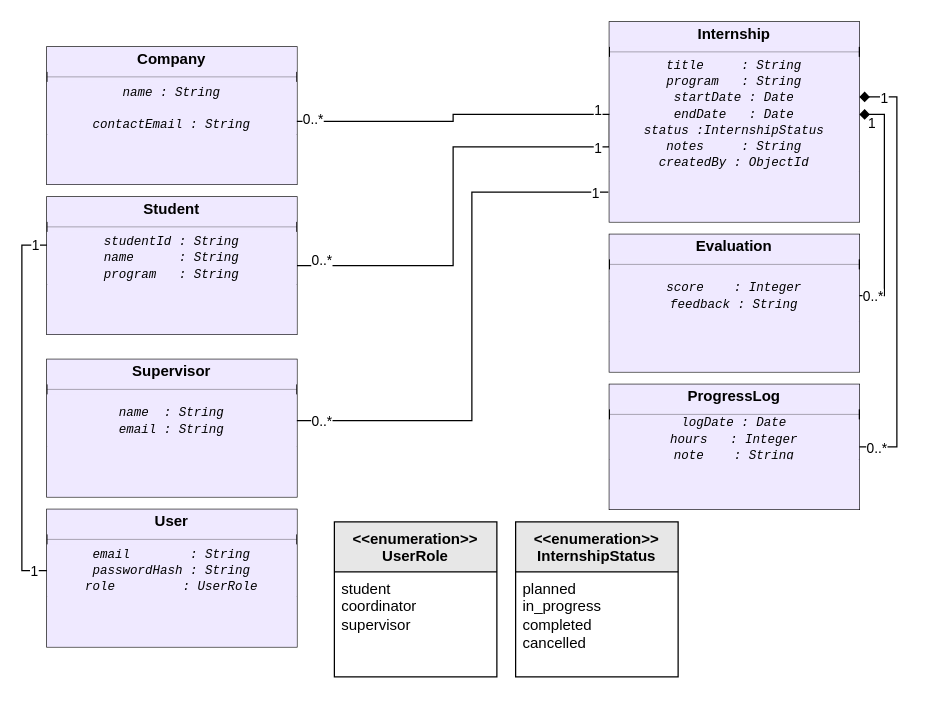
Earlier version of the draw.io diagram BDD.drawio (SantiagoOsorioR/sdlapps). Source tidied: cells renumbered, new cells numbered last; positions are measured from the earlier drawing's top-left corner, leaving out a move shared by most shapes. Both pictures are drawn from the tidied source at 125%, with x=0, y=0 at pixel (46, 21).
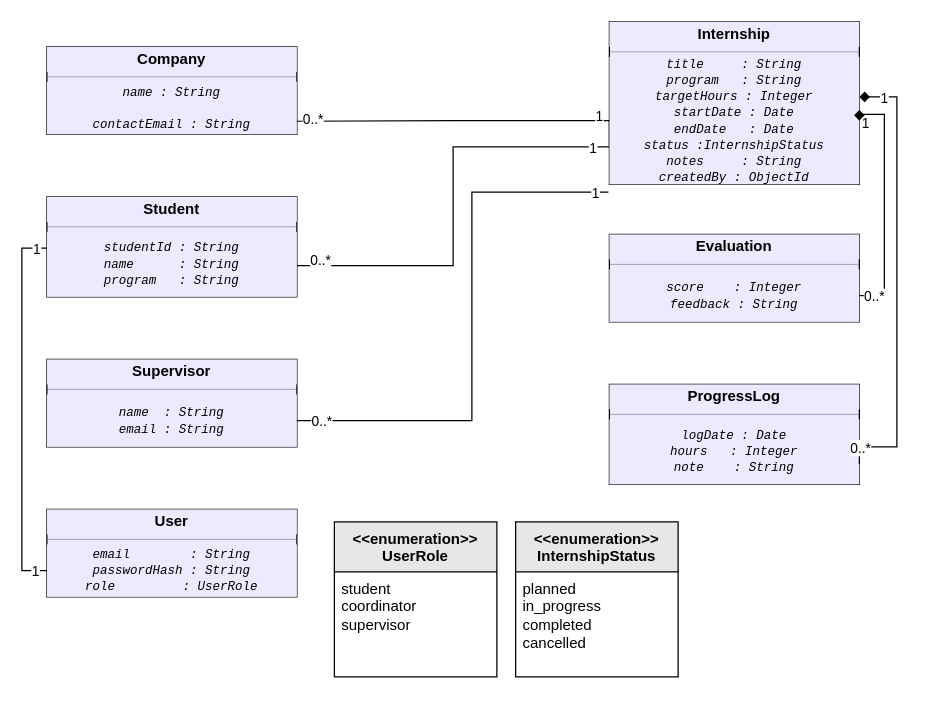
After the change.

Unchanged cells that the change refers to:
```xml
<mxCell id="18" value="&lt;div&gt;&lt;font face=&quot;monospace&quot;&gt;name&amp;nbsp; : String&lt;/font&gt;&lt;/div&gt;&lt;div&gt;&lt;font face=&quot;monospace&quot;&gt;email : String&lt;/font&gt;&lt;/div&gt;" style="html=1;align=center;spacing=0;verticalAlign=middle;strokeColor=none;fillColor=#EFE9FF;whiteSpace=wrap;fontStyle=2;fontSize=10;labelBackgroundColor=none;" parent="15" vertex="1">
  <mxGeometry y="28" width="200" height="42" as="geometry" />
</mxCell>
```

The edit, as a diff of the source:
```diff
@@
     <mxCell id="2" style="fontStyle=1;align=center;verticalAlign=middle;horizontal=1;labelBackgroundColor=none;fillColor=#EFE9FF;" parent="1" vertex="1">
-      <mxGeometry y="20" width="200" height="110" as="geometry" />
+      <mxGeometry y="20" width="200" height="70" as="geometry" />
     </mxCell>
@@
-    <mxCell id="6" style="html=1;align=left;spacing=0;spacingLeft=8;verticalAlign=middle;strokeColor=none;fillColor=#EFE9FF;whiteSpace=wrap;labelBackgroundColor=none;" parent="2" vertex="1">
-      <mxGeometry y="70" width="200" height="40" as="geometry" />
-    </mxCell>
@@
     <mxCell id="10" style="fontStyle=1;align=center;verticalAlign=middle;horizontal=1;labelBackgroundColor=none;fillColor=#EFE9FF;" parent="1" vertex="1">
-      <mxGeometry y="140" width="200" height="110" as="geometry" />
+      <mxGeometry y="140" width="200" height="80" as="geometry" />
     </mxCell>
@@
     <mxCell id="13" value="&lt;div&gt;&lt;font face=&quot;monospace&quot;&gt;studentId : String&lt;/font&gt;&lt;/div&gt;&lt;div&gt;&lt;font face=&quot;monospace&quot;&gt;name&amp;nbsp; &amp;nbsp; &amp;nbsp; : String&lt;/font&gt;&lt;/div&gt;&lt;div&gt;&lt;font face=&quot;monospace&quot;&gt;program&amp;nbsp; &amp;nbsp;: String&lt;/font&gt;&lt;/div&gt;" style="html=1;align=center;spacing=0;verticalAlign=middle;strokeColor=none;fillColor=#EFE9FF;whiteSpace=wrap;fontStyle=2;fontSize=10;labelBackgroundColor=none;" parent="10" vertex="1">
-      <mxGeometry y="28" width="200" height="42" as="geometry" />
+      <mxGeometry y="28" width="200" height="52" as="geometry" />
     </mxCell>
-    <mxCell id="14" style="html=1;align=left;spacing=0;spacingLeft=8;verticalAlign=middle;strokeColor=none;fillColor=#EFE9FF;whiteSpace=wrap;labelBackgroundColor=none;" parent="10" vertex="1">
-      <mxGeometry y="70" width="200" height="40" as="geometry" />
-    </mxCell>
     <mxCell id="15" style="fontStyle=1;align=center;verticalAlign=middle;horizontal=1;labelBackgroundColor=none;fillColor=#EFE9FF;" parent="1" vertex="1">
-      <mxGeometry y="270" width="200" height="110" as="geometry" />
+      <mxGeometry y="270" width="200" height="70" as="geometry" />
     </mxCell>
@@
-    <mxCell id="19" style="html=1;align=left;spacing=0;spacingLeft=8;verticalAlign=middle;strokeColor=none;fillColor=#EFE9FF;whiteSpace=wrap;labelBackgroundColor=none;" parent="15" vertex="1">
-      <mxGeometry y="70" width="200" height="40" as="geometry" />
-    </mxCell>
     <mxCell id="20" style="fontStyle=1;align=center;verticalAlign=middle;horizontal=1;labelBackgroundColor=none;fillColor=#EFE9FF;" parent="1" vertex="1">
-      <mxGeometry y="390" width="200" height="110" as="geometry" />
+      <mxGeometry y="390" width="200" height="70" as="geometry" />
     </mxCell>
@@
-    <mxCell id="24" style="html=1;align=left;spacing=0;spacingLeft=8;verticalAlign=middle;strokeColor=none;fillColor=#EFE9FF;whiteSpace=wrap;labelBackgroundColor=none;" parent="20" vertex="1">
-      <mxGeometry y="70" width="200" height="40" as="geometry" />
-    </mxCell>
     <mxCell id="25" style="fontStyle=1;align=center;verticalAlign=middle;horizontal=1;labelBackgroundColor=none;fillColor=#EFE9FF;" parent="1" vertex="1">
-      <mxGeometry x="450" width="200" height="160" as="geometry" />
+      <mxGeometry x="450" width="200" height="130" as="geometry" />
     </mxCell>
@@
-    <mxCell id="28" value="&lt;div&gt;&lt;font face=&quot;monospace&quot;&gt;title&amp;nbsp; &amp;nbsp; &amp;nbsp;: String&lt;/font&gt;&lt;/div&gt;&lt;div&gt;&lt;font face=&quot;monospace&quot;&gt;program&amp;nbsp; &amp;nbsp;: String&lt;/font&gt;&lt;/div&gt;&lt;div&gt;&lt;font face=&quot;monospace&quot;&gt;startDate : Date&lt;/font&gt;&lt;/div&gt;&lt;div&gt;&lt;font face=&quot;monospace&quot;&gt;endDate&amp;nbsp; &amp;nbsp;: Date&lt;/font&gt;&lt;/div&gt;&lt;div&gt;&lt;font face=&quot;monospace&quot;&gt;status :InternshipStatus&lt;/font&gt;&lt;/div&gt;&lt;div&gt;&lt;font face=&quot;monospace&quot;&gt;notes&amp;nbsp; &amp;nbsp; &amp;nbsp;: String&lt;/font&gt;&lt;/div&gt;&lt;div&gt;&lt;font face=&quot;monospace&quot;&gt;createdBy : ObjectId&lt;/font&gt;&lt;/div&gt;" style="html=1;align=center;spacing=0;verticalAlign=middle;strokeColor=none;fillColor=#EFE9FF;whiteSpace=wrap;fontStyle=2;fontSize=10;labelBackgroundColor=none;" parent="25" vertex="1">
-      <mxGeometry y="28" width="200" height="92" as="geometry" />
+    <mxCell id="28" value="&lt;div&gt;&lt;font face=&quot;monospace&quot;&gt;title&amp;nbsp; &amp;nbsp; &amp;nbsp;: String&lt;/font&gt;&lt;/div&gt;&lt;div&gt;&lt;font face=&quot;monospace&quot;&gt;program&amp;nbsp; &amp;nbsp;: String&lt;/font&gt;&lt;/div&gt;&lt;div&gt;&lt;font face=&quot;monospace&quot;&gt;targetHours : Integer&lt;/font&gt;&lt;/div&gt;&lt;div&gt;&lt;font face=&quot;monospace&quot;&gt;startDate : Date&lt;/font&gt;&lt;/div&gt;&lt;div&gt;&lt;font face=&quot;monospace&quot;&gt;endDate&amp;nbsp; &amp;nbsp;: Date&lt;/font&gt;&lt;/div&gt;&lt;div&gt;&lt;font face=&quot;monospace&quot;&gt;status :InternshipStatus&lt;/font&gt;&lt;/div&gt;&lt;div&gt;&lt;font face=&quot;monospace&quot;&gt;notes&amp;nbsp; &amp;nbsp; &amp;nbsp;: String&lt;/font&gt;&lt;/div&gt;&lt;div&gt;&lt;font face=&quot;monospace&quot;&gt;createdBy : ObjectId&lt;/font&gt;&lt;/div&gt;" style="html=1;align=center;spacing=0;verticalAlign=middle;strokeColor=none;fillColor=#EFE9FF;whiteSpace=wrap;fontStyle=2;fontSize=10;labelBackgroundColor=none;" parent="25" vertex="1">
+      <mxGeometry y="28" width="200" height="102" as="geometry" />
     </mxCell>
-    <mxCell id="29" style="html=1;align=left;spacing=0;spacingLeft=8;verticalAlign=middle;strokeColor=none;fillColor=#EFE9FF;whiteSpace=wrap;labelBackgroundColor=none;" parent="25" vertex="1">
-      <mxGeometry y="120" width="200" height="40" as="geometry" />
-    </mxCell>
     <mxCell id="30" style="fontStyle=1;align=center;verticalAlign=middle;horizontal=1;labelBackgroundColor=none;fillColor=#EFE9FF;" parent="1" vertex="1">
-      <mxGeometry x="450" y="290" width="200" height="100" as="geometry" />
+      <mxGeometry x="450" y="290" width="200" height="80" as="geometry" />
     </mxCell>
@@
     <mxCell id="33" value="&lt;div&gt;&lt;font face=&quot;monospace&quot;&gt;logDate : Date&lt;/font&gt;&lt;/div&gt;&lt;div&gt;&lt;font face=&quot;monospace&quot;&gt;hours&amp;nbsp; &amp;nbsp;: Integer&lt;/font&gt;&lt;/div&gt;&lt;div&gt;&lt;font face=&quot;monospace&quot;&gt;note&amp;nbsp; &amp;nbsp; : String&lt;/font&gt;&lt;/div&gt;" style="html=1;align=center;spacing=0;verticalAlign=middle;strokeColor=none;fillColor=#EFE9FF;whiteSpace=wrap;fontStyle=2;fontSize=10;labelBackgroundColor=none;" parent="30" vertex="1">
-      <mxGeometry y="28" width="200" height="32" as="geometry" />
+      <mxGeometry y="28" width="200" height="52" as="geometry" />
     </mxCell>
-    <mxCell id="34" style="html=1;align=left;spacing=0;spacingLeft=8;verticalAlign=middle;strokeColor=none;fillColor=#EFE9FF;whiteSpace=wrap;labelBackgroundColor=none;" parent="30" vertex="1">
-      <mxGeometry y="60" width="200" height="40" as="geometry" />
-    </mxCell>
     <mxCell id="35" style="fontStyle=1;align=center;verticalAlign=middle;horizontal=1;labelBackgroundColor=none;fillColor=#EFE9FF;" parent="1" vertex="1">
-      <mxGeometry x="450" y="170" width="200" height="110" as="geometry" />
+      <mxGeometry x="450" y="170" width="200" height="70" as="geometry" />
     </mxCell>
@@
-    <mxCell id="39" style="html=1;align=left;spacing=0;spacingLeft=8;verticalAlign=middle;strokeColor=none;fillColor=#EFE9FF;whiteSpace=wrap;labelBackgroundColor=none;" parent="35" vertex="1">
-      <mxGeometry y="70" width="200" height="40" as="geometry" />
-    </mxCell>
@@
-    <mxCell id="53" style="edgeStyle=orthogonalEdgeStyle;rounded=0;jettySize=auto;html=1;entryX=-0.004;entryY=0.405;entryDx=0;entryDy=0;entryPerimeter=0;startArrow=none;startFill=0;endArrow=none;endFill=0;" parent="1" edge="1" source="18" target="29">
+    <mxCell id="53" style="edgeStyle=orthogonalEdgeStyle;rounded=0;jettySize=auto;html=1;entryX=-0.004;entryY=0.405;entryDx=0;entryDy=0;entryPerimeter=0;startArrow=none;startFill=0;endArrow=none;endFill=0;" parent="1" edge="1" source="18">
       <mxGeometry relative="1" as="geometry">
+        <mxPoint x="449.2" y="136.2" as="targetPoint" />
         <Array as="points">
           <mxPoint x="340" y="319" />
           <mxPoint x="340" y="136" />
         </Array>
       </mxGeometry>
     </mxCell>
```
